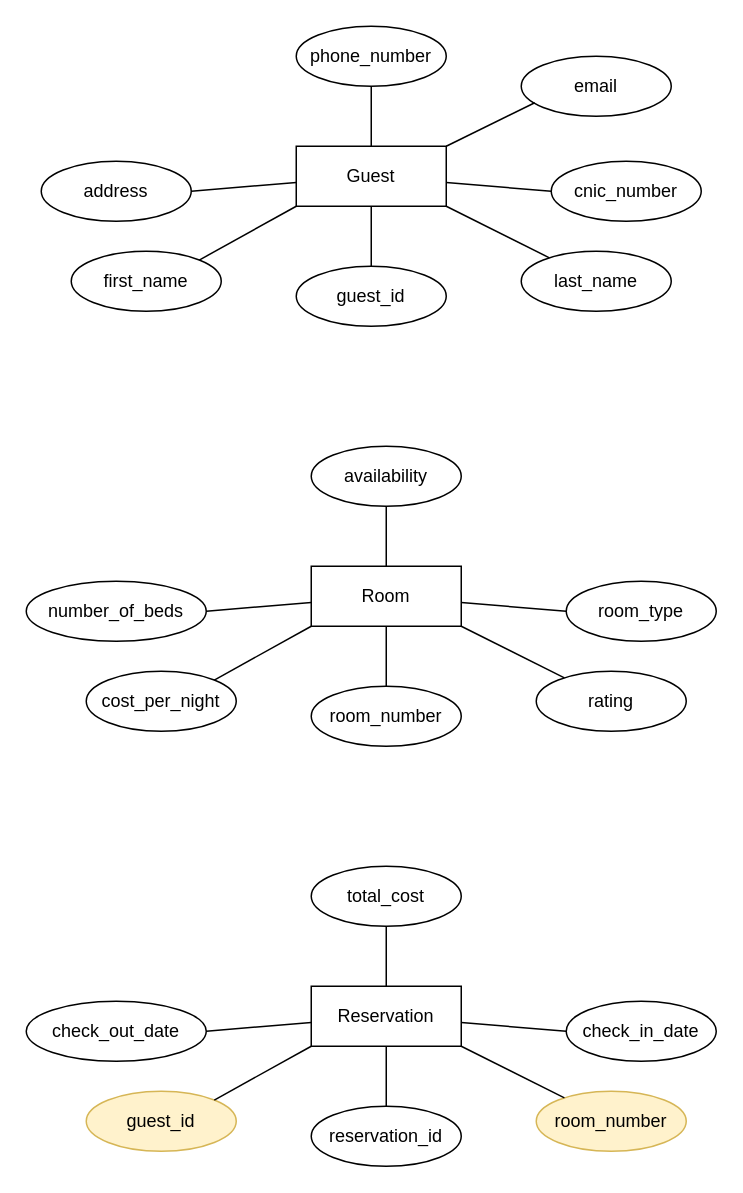
Before: conceptual-modeling.drawio in Wahab3917/Database-Lab-4th-Semester, a draw.io diagram. Source tidied: cells renumbered, new cells numbered last; positions are measured from the earlier drawing's top-left corner, leaving out a move shared by most shapes. Both pictures are drawn from the tidied source at 150%, with x=0, y=0 at pixel (26, 26).
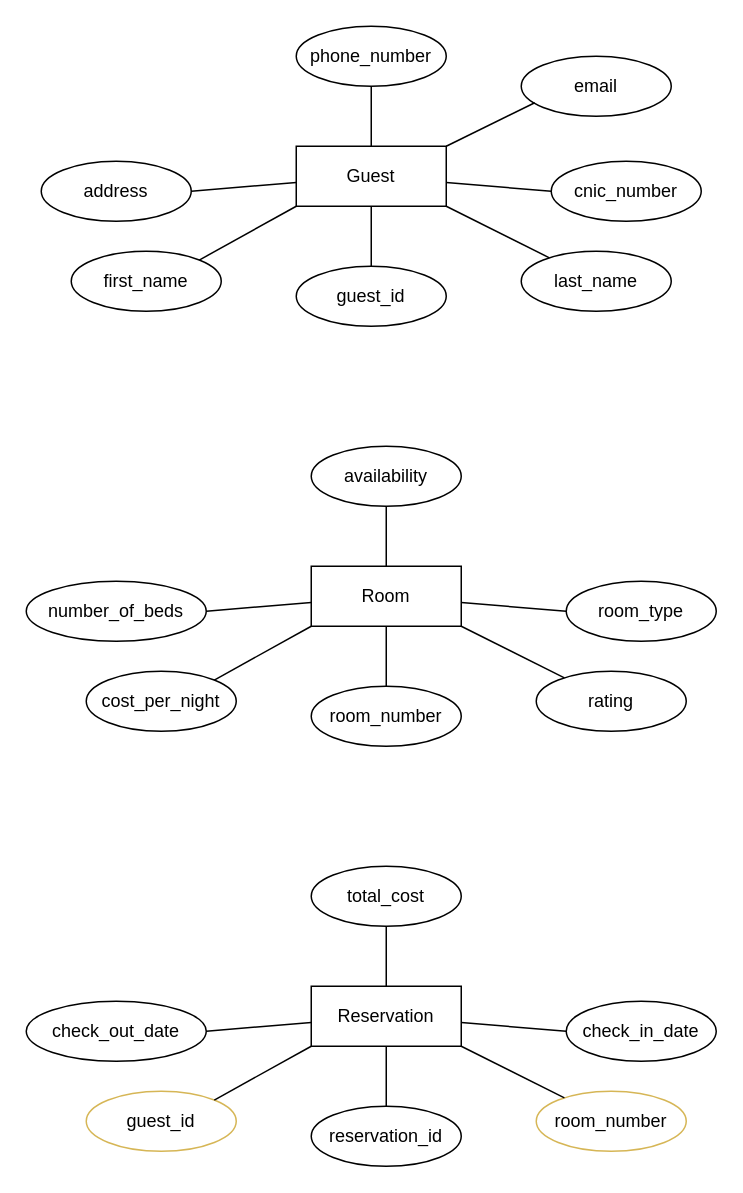
The same diagram, later.

What changed in the source:
```diff
@@
-    <mxCell id="35" value="room_number" style="ellipse;whiteSpace=wrap;html=1;align=center;fillColor=#fff2cc;strokeColor=#d6b656;" parent="1" vertex="1">
+    <mxCell id="35" value="room_number" style="ellipse;whiteSpace=wrap;html=1;align=center;fillColor=none;strokeColor=#d6b656;" parent="1" vertex="1">
       <mxGeometry x="340" y="710" width="100" height="40" as="geometry" />
     </mxCell>
-    <mxCell id="36" value="guest_id" style="ellipse;whiteSpace=wrap;html=1;align=center;labelBackgroundColor=none;textShadow=0;labelBorderColor=none;fillColor=#fff2cc;strokeColor=#d6b656;" parent="1" vertex="1">
+    <mxCell id="36" value="guest_id" style="ellipse;whiteSpace=wrap;html=1;align=center;labelBackgroundColor=none;textShadow=0;labelBorderColor=none;fillColor=none;strokeColor=#d6b656;" parent="1" vertex="1">
       <mxGeometry x="40" y="710" width="100" height="40" as="geometry" />
     </mxCell>
```
